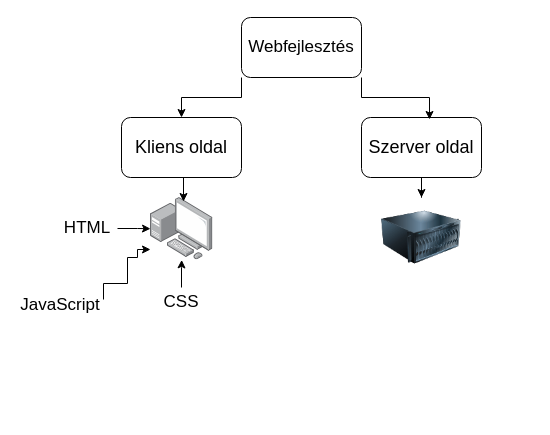
Above: web-szakkor-1.drawio in simsononroad/web-szakkor (draw.io), before the change. Source tidied: cells renumbered, new cells numbered last; positions are measured from the earlier drawing's top-left corner, leaving out a move shared by most shapes. Both pictures are drawn from the tidied source at 100%, with x=0, y=0 at pixel (17, 17).
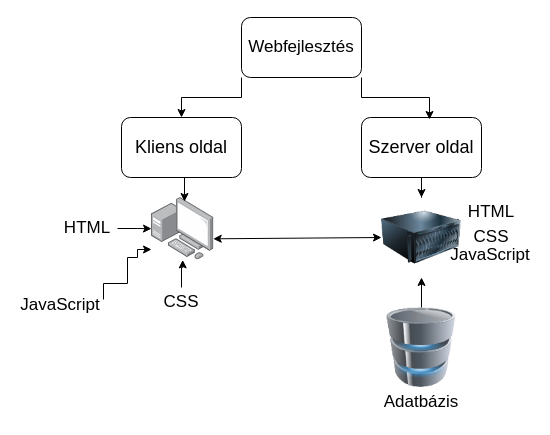
Above is the later version.

The change refers to these unchanged cells:
```xml
<mxCell id="8" style="image;html=1;image=img/lib/clip_art/computers/Server_128x128.png;" parent="1" vertex="1">
  <mxGeometry x="364" y="180" width="80" height="80" as="geometry" />
</mxCell>
```

What changed in the source:
```diff
@@
     <mxCell id="9" style="image;points=[];html=1;align=center;shadow=0;dashed=0;image=img/lib/allied_telesis/computer_and_terminals/Personal_Computer_with_Server.svg;" parent="1" vertex="1">
-      <mxGeometry x="133" y="180" width="62.4" height="62.4" as="geometry" />
+      <mxGeometry x="134" y="180" width="62.4" height="62.4" as="geometry" />
     </mxCell>
@@
+    <mxCell id="17" style="edgeStyle=orthogonalEdgeStyle;rounded=0;jettySize=auto;html=1;exitX=0.5;exitY=0;exitDx=0;exitDy=0;" parent="1" edge="1" source="18" target="8">
+      <mxGeometry relative="1" as="geometry" />
+    </mxCell>
+    <mxCell id="18" style="image;html=1;image=img/lib/clip_art/computers/Database_128x128.png;" parent="1" vertex="1">
+      <mxGeometry x="364" y="290" width="80" height="80" as="geometry" />
+    </mxCell>
+    <mxCell id="19" value="&lt;font style=&quot;font-size: 17px;&quot;&gt;Adatbázis&lt;/font&gt;" style="text;html=1;align=center;verticalAlign=middle;whiteSpace=wrap;rounded=0;" parent="1" vertex="1">
+      <mxGeometry x="356" y="370" width="96" height="30" as="geometry" />
+    </mxCell>
+    <mxCell id="20" style="endArrow=classic;startArrow=classic;html=1;rounded=0;entryX=0;entryY=0.5;entryDx=0;entryDy=0;exitX=0.989;exitY=0.662;exitDx=0;exitDy=0;exitPerimeter=0;" parent="1" edge="1" source="9" target="8">
+      <mxGeometry relative="1" as="geometry" />
+    </mxCell>
+    <mxCell id="21" value="&lt;font style=&quot;font-size: 17px;&quot;&gt;HTML&lt;/font&gt;" style="text;html=1;align=center;verticalAlign=middle;whiteSpace=wrap;rounded=0;" parent="1" vertex="1">
+      <mxGeometry x="444" y="180" width="60" height="30" as="geometry" />
+    </mxCell>
+    <mxCell id="22" value="&lt;font style=&quot;font-size: 17px;&quot;&gt;CSS&lt;/font&gt;" style="text;html=1;align=center;verticalAlign=middle;whiteSpace=wrap;rounded=0;" parent="1" vertex="1">
+      <mxGeometry x="444" y="205" width="60" height="30" as="geometry" />
+    </mxCell>
+    <mxCell id="23" value="&lt;font style=&quot;font-size: 17px;&quot;&gt;JavaScript&lt;/font&gt;" style="text;html=1;align=center;verticalAlign=middle;whiteSpace=wrap;rounded=0;" parent="1" vertex="1">
+      <mxGeometry x="430" y="226" width="86" height="24" as="geometry" />
+    </mxCell>
```
